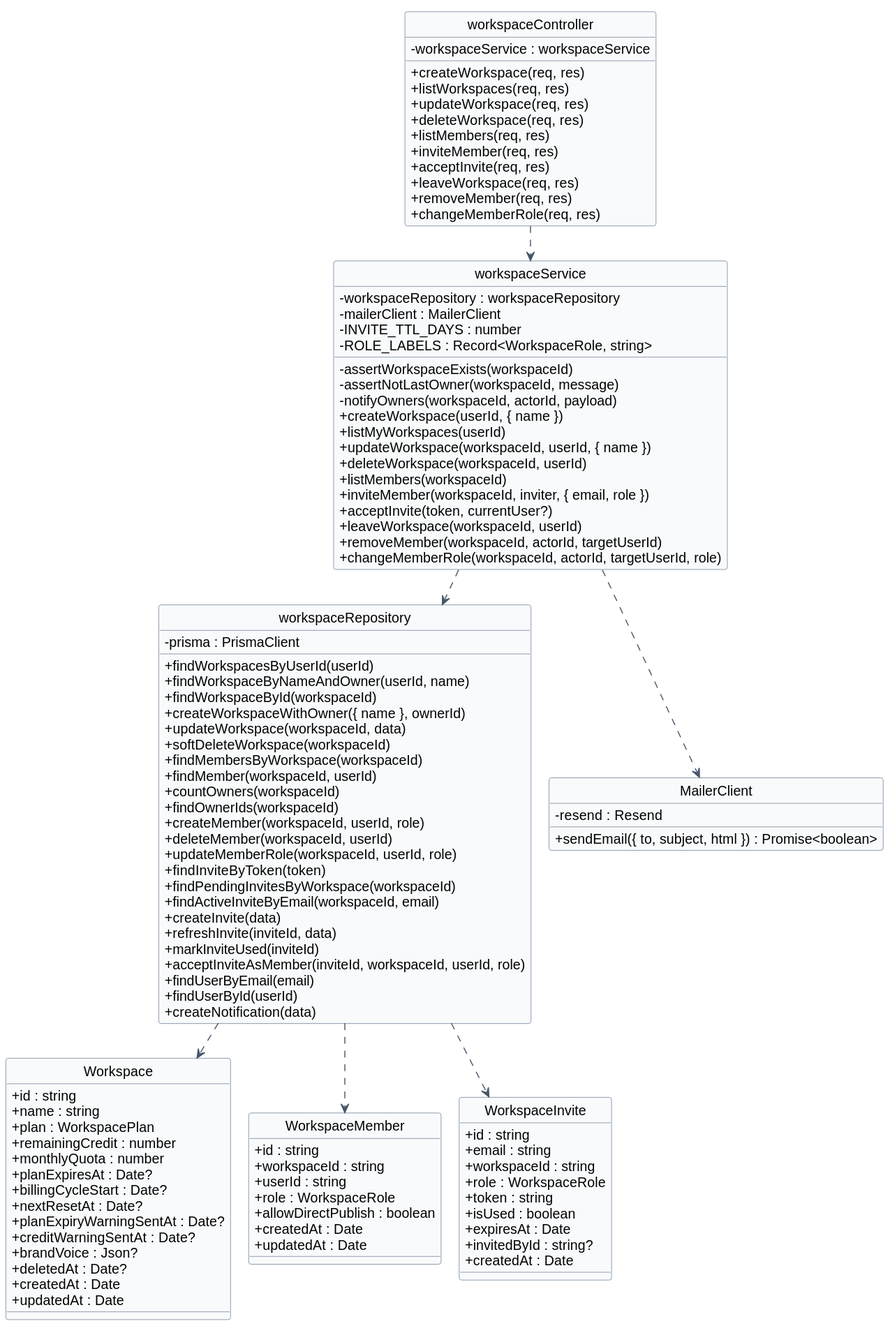
This is docs/diagrams/02-workspace.svg from Pham-Hong-Ky/marka-capstone, a PlantUML export, as it was before one commit.
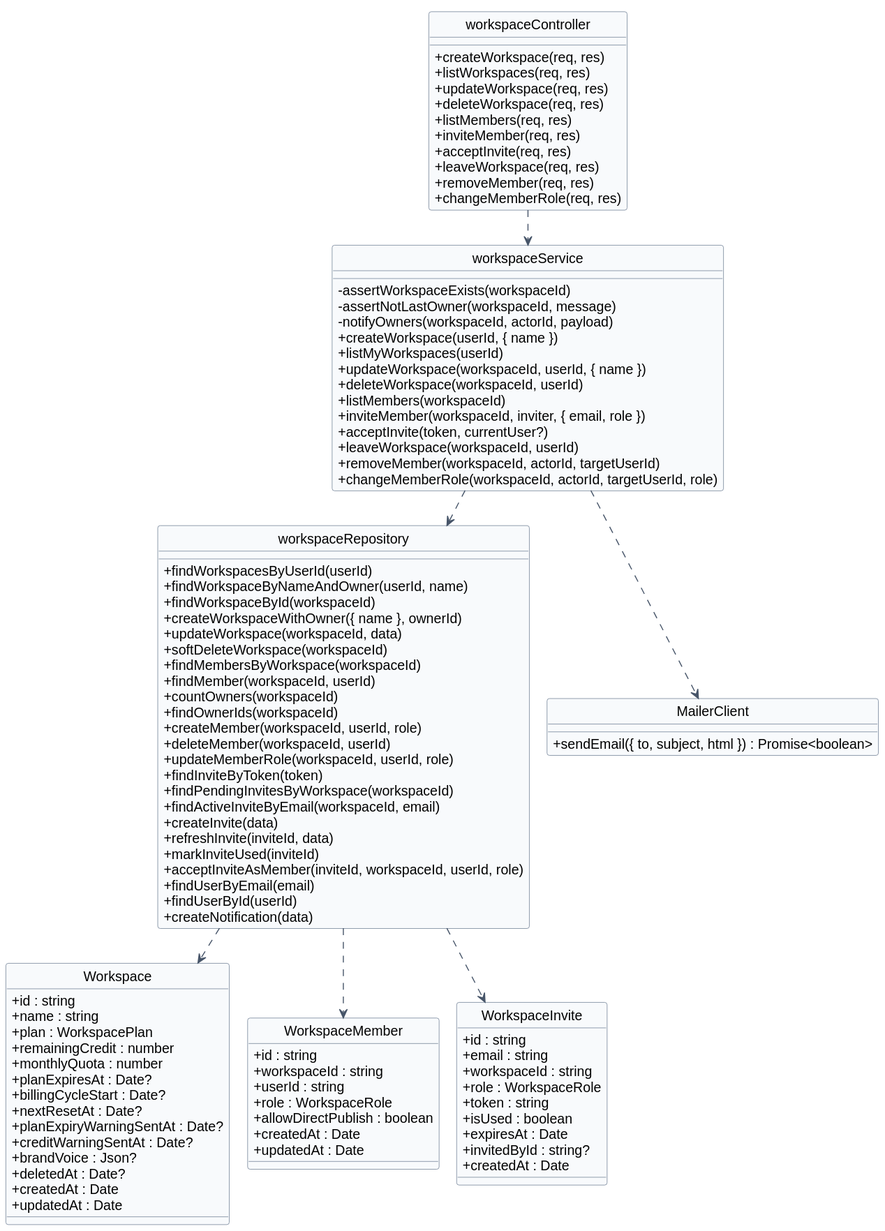
After the change.

What changed in the source:
```diff
@@ -55,7 +55,6 @@
 }
 
 class "workspaceController" as workspaceController {
-  - workspaceService : workspaceService
   + createWorkspace(req, res)
   + listWorkspaces(req, res)
   + updateWorkspace(req, res)
@@ -69,10 +68,6 @@
 }
 
 class "workspaceService" as workspaceService {
-  - workspaceRepository : workspaceRepository
-  - mailerClient : MailerClient
-  - INVITE_TTL_DAYS : number
-  - ROLE_LABELS : Record<WorkspaceRole, string>
   - assertWorkspaceExists(workspaceId)
   - assertNotLastOwner(workspaceId, message)
   - notifyOwners(workspaceId, actorId, payload)
@@ -89,7 +84,6 @@
 }
 
 class "workspaceRepository" as workspaceRepository {
-  - prisma : PrismaClient
   + findWorkspacesByUserId(userId)
   + findWorkspaceByNameAndOwner(userId, name)
   + findWorkspaceById(workspaceId)
@@ -116,7 +110,6 @@
 }
 
 class "MailerClient" as mailerClient {
-  - resend : Resend
   + sendEmail({ to, subject, html }) : Promise<boolean>
 }
 
```
